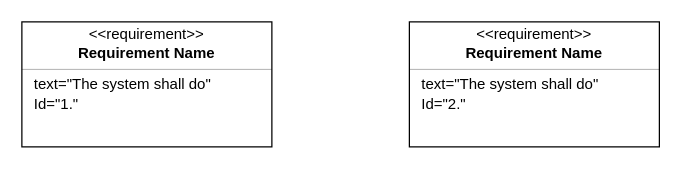
Earlier version of the draw.io diagram Documents/Diagramme Sysml.drawio (Letsuchinoko/Projet_Drone). Source tidied: cells renumbered, new cells numbered last; positions are measured from the earlier drawing's top-left corner, leaving out a move shared by most shapes. Both pictures are drawn from the tidied source at 125%, with x=0, y=0 at pixel (21, 21).
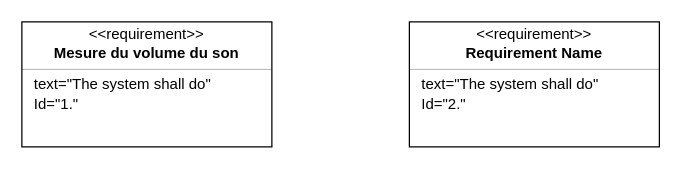
Above is the later version.

Change to the diagram source:
```diff
@@
 <mxGraphModel>
   <root>
     <mxCell id="0" />
     <mxCell id="1" parent="0" />
     <mxCell id="2" style="fontStyle=1;align=center;verticalAlign=middle;horizontal=1;" parent="1" vertex="1">
       <mxGeometry width="200" height="100" as="geometry" />
     </mxCell>
     <mxCell id="3" value="&amp;lt;&amp;lt;requirement&amp;gt;&amp;gt;" style="html=1;align=center;spacing=0;verticalAlign=middle;strokeColor=none;fillColor=none;whiteSpace=wrap;spacingTop=3;" parent="2" vertex="1">
       <mxGeometry width="200" height="16" as="geometry" />
     </mxCell>
-    <mxCell id="4" value="Requirement Name" style="html=1;align=center;spacing=0;verticalAlign=middle;strokeColor=none;fillColor=none;whiteSpace=wrap;fontStyle=1;" parent="2" vertex="1">
+    <mxCell id="4" value="Mesure du volume du son" style="html=1;align=center;spacing=0;verticalAlign=middle;strokeColor=none;fillColor=none;whiteSpace=wrap;fontStyle=1;" parent="2" vertex="1">
       <mxGeometry y="16" width="200" height="18" as="geometry" />
     </mxCell>
     <mxCell id="5" style="line;strokeWidth=0.25;fillColor=none;align=left;verticalAlign=middle;spacingTop=-1;spacingLeft=3;spacingRight=3;labelPosition=right;" parent="2" vertex="1">
       <mxGeometry y="34" width="200" height="8" as="geometry" />
     </mxCell>
     <mxCell id="6" value="text=&quot;The system shall do&quot;" style="html=1;align=left;spacing=0;verticalAlign=middle;strokeColor=none;fillColor=none;whiteSpace=wrap;spacingLeft=10;" parent="2" vertex="1">
       <mxGeometry y="42" width="200" height="16" as="geometry" />
     </mxCell>
     <mxCell id="7" value="Id=&quot;1&lt;span style=&quot;background-color: transparent; color: light-dark(rgb(0, 0, 0), rgb(255, 255, 255));&quot;&gt;.&quot;&lt;/span&gt;" style="html=1;align=left;spacing=0;verticalAlign=middle;strokeColor=none;fillColor=none;whiteSpace=wrap;spacingLeft=10;" parent="2" vertex="1">
       <mxGeometry y="58" width="200" height="16" as="geometry" />
     </mxCell>
     <mxCell id="8" style="html=1;align=center;spacing=0;verticalAlign=middle;strokeColor=none;fillColor=none;whiteSpace=wrap;" parent="2" vertex="1">
       <mxGeometry y="74" width="200" height="26" as="geometry" />
     </mxCell>
     <mxCell id="9" style="fontStyle=1;align=center;verticalAlign=middle;horizontal=1;" parent="1" vertex="1">
       <mxGeometry x="310" width="200" height="100" as="geometry" />
     </mxCell>
     <mxCell id="10" value="&amp;lt;&amp;lt;requirement&amp;gt;&amp;gt;" style="html=1;align=center;spacing=0;verticalAlign=middle;strokeColor=none;fillColor=none;whiteSpace=wrap;spacingTop=3;" parent="9" vertex="1">
       <mxGeometry width="200" height="16" as="geometry" />
     </mxCell>
     <mxCell id="11" value="Requirement Name" style="html=1;align=center;spacing=0;verticalAlign=middle;strokeColor=none;fillColor=none;whiteSpace=wrap;fontStyle=1;" parent="9" vertex="1">
       <mxGeometry y="16" width="200" height="18" as="geometry" />
     </mxCell>
     <mxCell id="12" style="line;strokeWidth=0.25;fillColor=none;align=left;verticalAlign=middle;spacingTop=-1;spacingLeft=3;spacingRight=3;labelPosition=right;" parent="9" vertex="1">
       <mxGeometry y="34" width="200" height="8" as="geometry" />
     </mxCell>
     <mxCell id="13" value="text=&quot;The system shall do&quot;" style="html=1;align=left;spacing=0;verticalAlign=middle;strokeColor=none;fillColor=none;whiteSpace=wrap;spacingLeft=10;" parent="9" vertex="1">
       <mxGeometry y="42" width="200" height="16" as="geometry" />
     </mxCell>
     <mxCell id="14" value="Id=&quot;2.&quot;" style="html=1;align=left;spacing=0;verticalAlign=middle;strokeColor=none;fillColor=none;whiteSpace=wrap;spacingLeft=10;" parent="9" vertex="1">
       <mxGeometry y="58" width="200" height="16" as="geometry" />
     </mxCell>
     <mxCell id="15" style="html=1;align=center;spacing=0;verticalAlign=middle;strokeColor=none;fillColor=none;whiteSpace=wrap;" parent="9" vertex="1">
       <mxGeometry y="74" width="200" height="26" as="geometry" />
     </mxCell>
   </root>
 </mxGraphModel>
```
